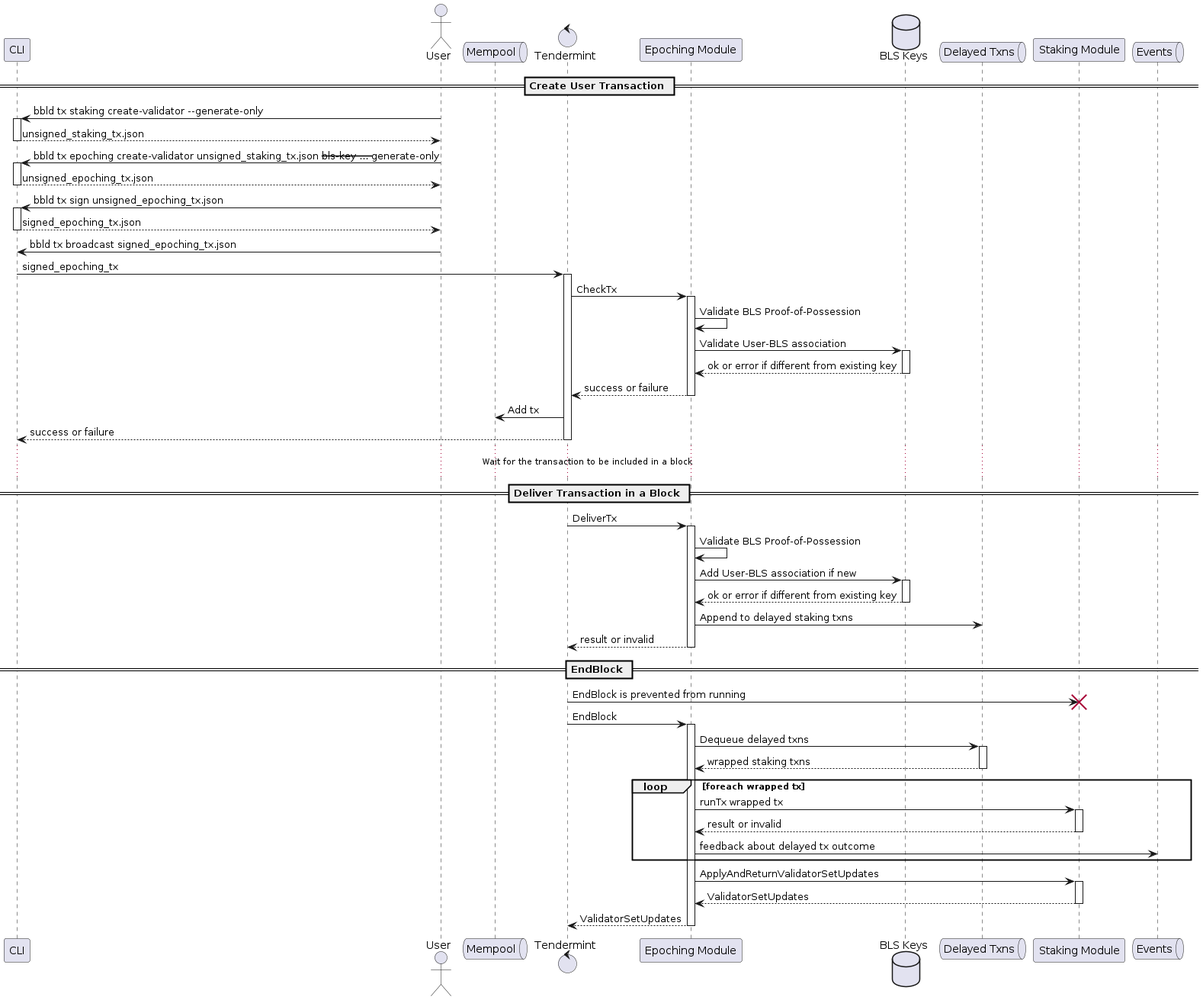
Above: docs/diagrams/validator_registration.png in babylonchain/babylon (PlantUML), before the change.
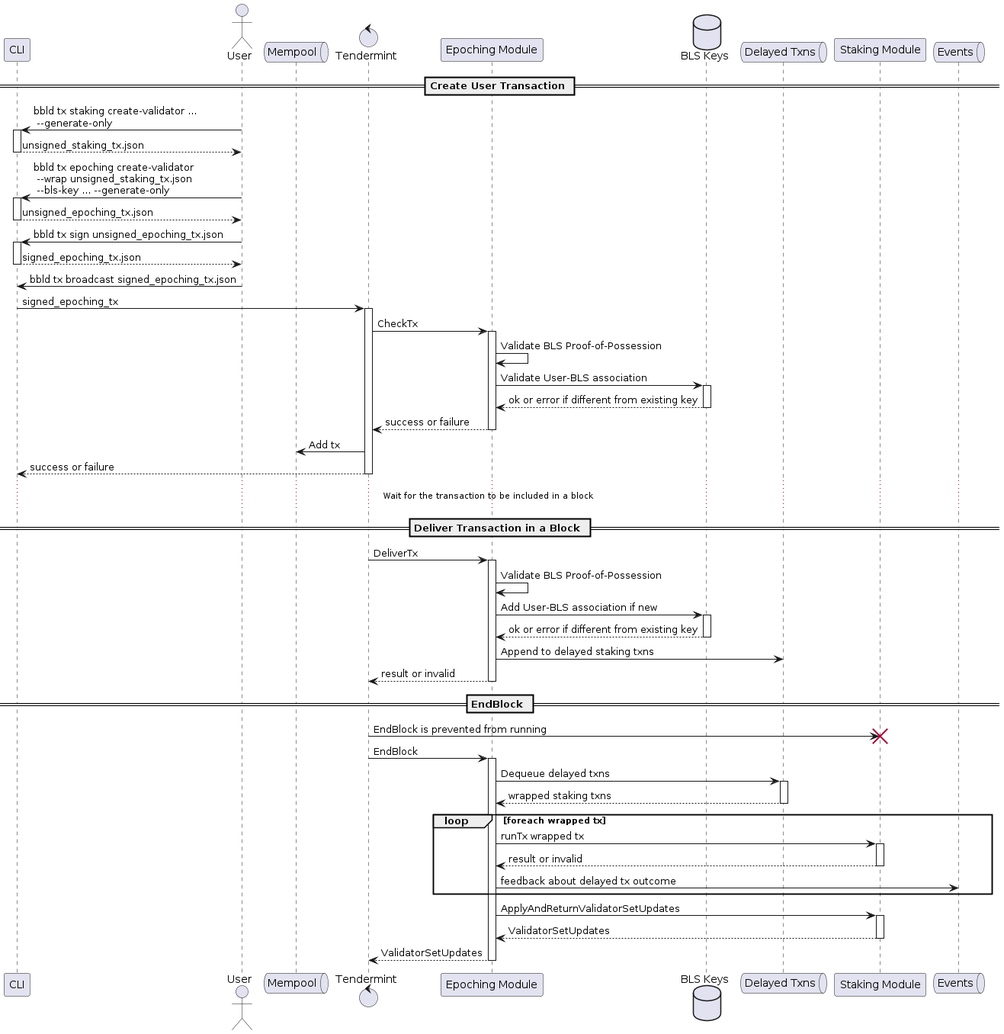
After the change.

Commit message:
BM-4: Format commands.

The edit, as a diff of the source:
```diff
@@ -11,9 +11,9 @@
 
 == Create User Transaction ==
 
-User -> CLI ++ : bbld tx staking create-validator --generate-only
+User -> CLI ++ : bbld tx staking create-validator ... \n --generate-only
 return unsigned_staking_tx.json
-User -> CLI ++ : bbld tx epoching create-validator unsigned_staking_tx.json --bls-key ... --generate-only
+User -> CLI ++ : bbld tx epoching create-validator \n ~--wrap unsigned_staking_tx.json \n ~--bls-key ... --generate-only
 return unsigned_epoching_tx.json
 User -> CLI ++ : bbld tx sign unsigned_epoching_tx.json
 return signed_epoching_tx.json
```
